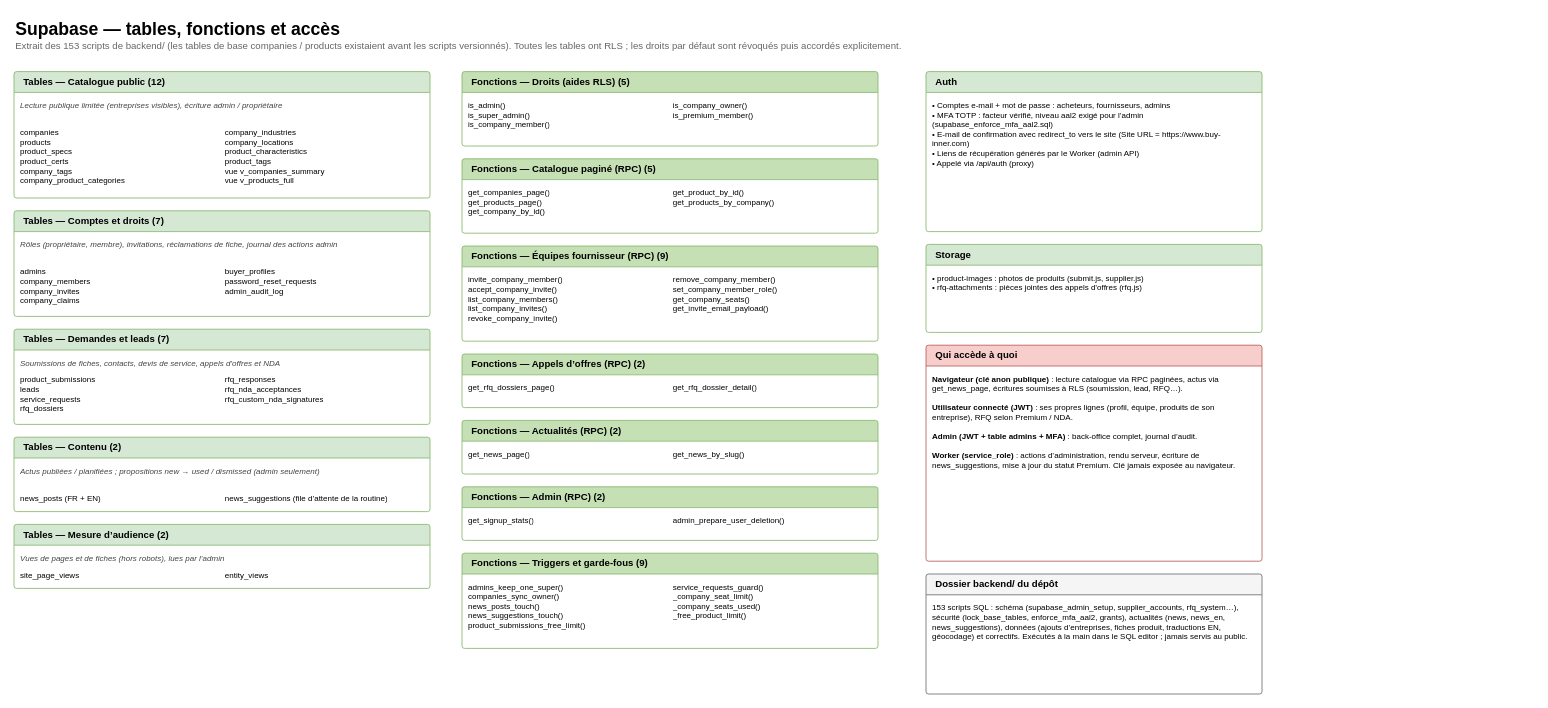
Earlier version of the draw.io diagram page "5 · Supabase" (5 of 8) of Architecture-Buy-inner.drawio (poixdamienpro/poixdamienpro.github.io). Source tidied: cells renumbered, new cells numbered last; positions are measured from the earlier drawing's top-left corner, leaving out a move shared by most shapes. Both pictures are drawn from the tidied source at 80%, with x=0, y=0 at pixel (14, 14).
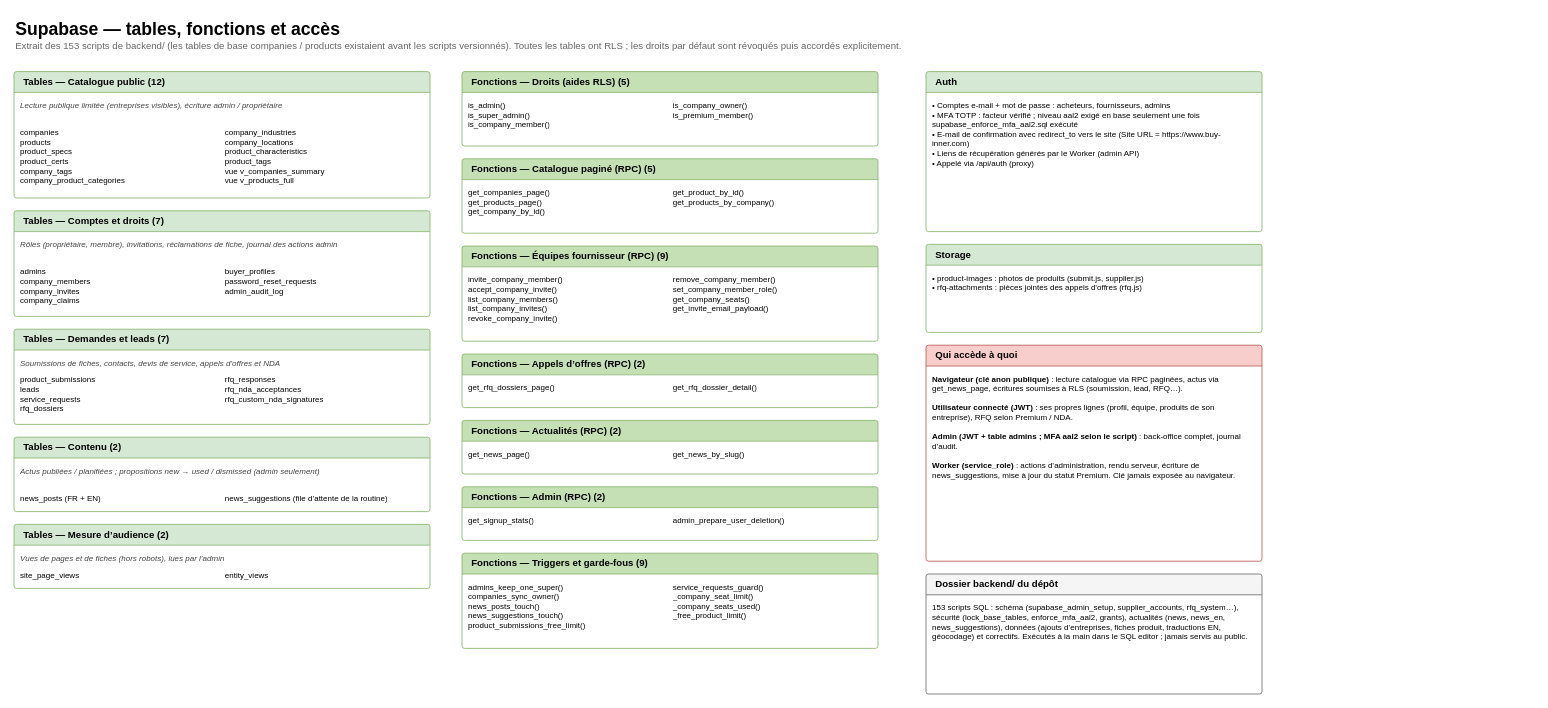
The same page after the edit.

The change refers to these unchanged cells:
```xml
<mxCell id="44" value="Auth" style="swimlane;fontStyle=1;horizontal=1;startSize=30;fillColor=#D5E8D4;strokeColor=#82B366;swimlaneFillColor=#FFFFFF;rounded=1;arcSize=4;whiteSpace=wrap;html=1;align=left;spacingLeft=10;fontSize=13;fontSize=12;startSize=26;" parent="1" vertex="1">
  <mxGeometry x="1140" y="72" width="420" height="200" as="geometry" />
</mxCell>
<mxCell id="48" value="Qui accède à quoi" style="swimlane;fontStyle=1;horizontal=1;startSize=30;fillColor=#F8CECC;strokeColor=#B85450;swimlaneFillColor=#FFFFFF;rounded=1;arcSize=4;whiteSpace=wrap;html=1;align=left;spacingLeft=10;fontSize=13;fontSize=12;startSize=26;" parent="1" vertex="1">
  <mxGeometry x="1140" y="414" width="420" height="270" as="geometry" />
</mxCell>
```

Change to the diagram source:
```diff
@@
-    <mxCell id="45" value="• Comptes e-mail + mot de passe : acheteurs, fournisseurs, admins&lt;br&gt;• MFA TOTP : facteur vérifié, niveau aal2 exigé pour l’admin (supabase_enforce_mfa_aal2.sql)&lt;br&gt;• E-mail de confirmation avec redirect_to vers le site (Site URL = https://www.buy-inner.com)&lt;br&gt;• Liens de récupération générés par le Worker (admin API)&lt;br&gt;• Appelé via /api/auth (proxy)" style="text;html=1;align=left;verticalAlign=top;whiteSpace=wrap;overflow=hidden;fontSize=10;spacing=4;" parent="44" vertex="1">
+    <mxCell id="45" value="• Comptes e-mail + mot de passe : acheteurs, fournisseurs, admins&lt;br&gt;• MFA TOTP : facteur vérifié ; niveau aal2 exigé en base seulement une fois supabase_enforce_mfa_aal2.sql exécuté&lt;br&gt;• E-mail de confirmation avec redirect_to vers le site (Site URL = https://www.buy-inner.com)&lt;br&gt;• Liens de récupération générés par le Worker (admin API)&lt;br&gt;• Appelé via /api/auth (proxy)" style="text;html=1;align=left;verticalAlign=top;whiteSpace=wrap;overflow=hidden;fontSize=10;spacing=4;" parent="44" vertex="1">
       <mxGeometry x="4" y="28" width="412" height="168" as="geometry" />
     </mxCell>
@@
-    <mxCell id="49" value="&lt;b&gt;Navigateur (clé anon publique)&lt;/b&gt; : lecture catalogue via RPC paginées, actus via get_news_page, écritures soumises à RLS (soumission, lead, RFQ…).&lt;br&gt;&lt;br&gt;&lt;b&gt;Utilisateur connecté (JWT)&lt;/b&gt; : ses propres lignes (profil, équipe, produits de son entreprise), RFQ selon Premium / NDA.&lt;br&gt;&lt;br&gt;&lt;b&gt;Admin (JWT + table admins + MFA)&lt;/b&gt; : back-office complet, journal d’audit.&lt;br&gt;&lt;br&gt;&lt;b&gt;Worker (service_role)&lt;/b&gt; : actions d’administration, rendu serveur, écriture de news_suggestions, mise à jour du statut Premium. Clé jamais exposée au navigateur." style="text;html=1;align=left;verticalAlign=top;whiteSpace=wrap;overflow=hidden;fontSize=10;spacing=4;" parent="48" vertex="1">
+    <mxCell id="49" value="&lt;b&gt;Navigateur (clé anon publique)&lt;/b&gt; : lecture catalogue via RPC paginées, actus via get_news_page, écritures soumises à RLS (soumission, lead, RFQ…).&lt;br&gt;&lt;br&gt;&lt;b&gt;Utilisateur connecté (JWT)&lt;/b&gt; : ses propres lignes (profil, équipe, produits de son entreprise), RFQ selon Premium / NDA.&lt;br&gt;&lt;br&gt;&lt;b&gt;Admin (JWT + table admins ; MFA aal2 selon le script)&lt;/b&gt; : back-office complet, journal d’audit.&lt;br&gt;&lt;br&gt;&lt;b&gt;Worker (service_role)&lt;/b&gt; : actions d’administration, rendu serveur, écriture de news_suggestions, mise à jour du statut Premium. Clé jamais exposée au navigateur." style="text;html=1;align=left;verticalAlign=top;whiteSpace=wrap;overflow=hidden;fontSize=10;spacing=4;" parent="48" vertex="1">
       <mxGeometry x="4" y="28" width="412" height="238" as="geometry" />
     </mxCell>
```
